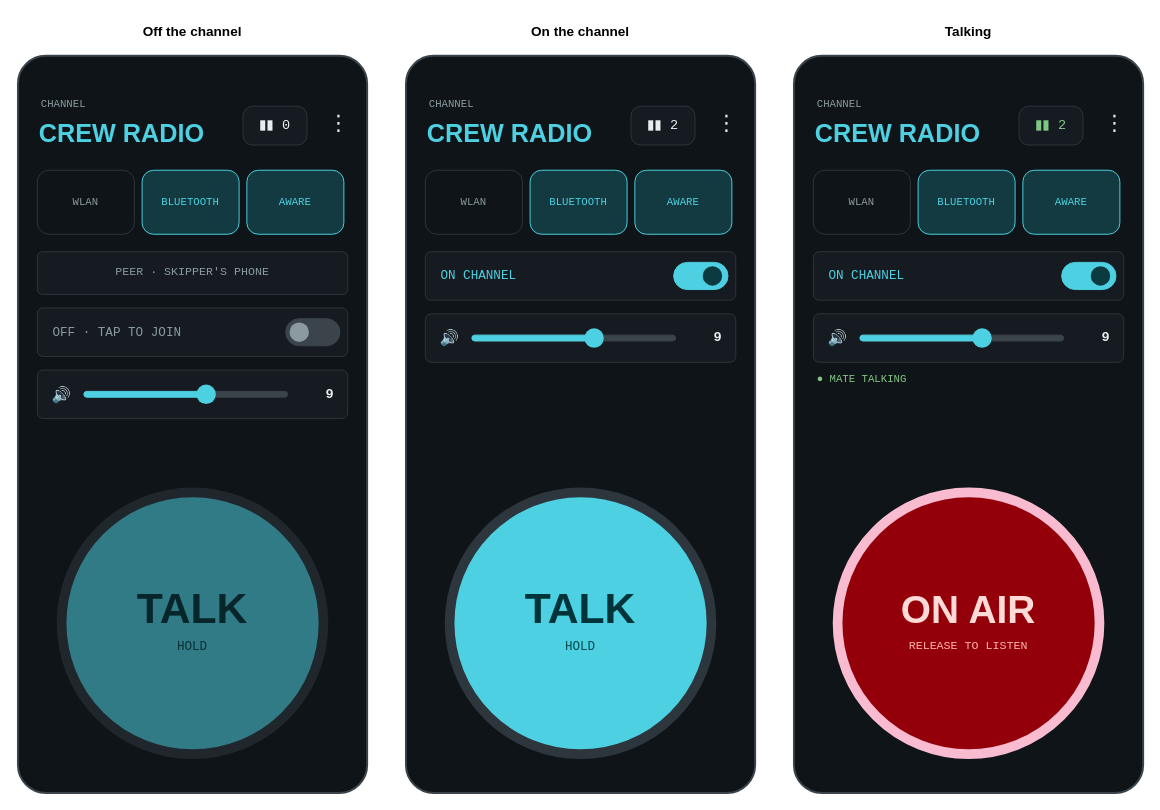
Above: docs/diagrams/screens.drawio in KEGustafsson/crew-radio (draw.io), before the change. Source tidied: cells renumbered, new cells numbered last; positions are measured from the earlier drawing's top-left corner, leaving out a move shared by most shapes. Both pictures are drawn from the tidied source at 97%, with x=0, y=0 at pixel (17, 16).
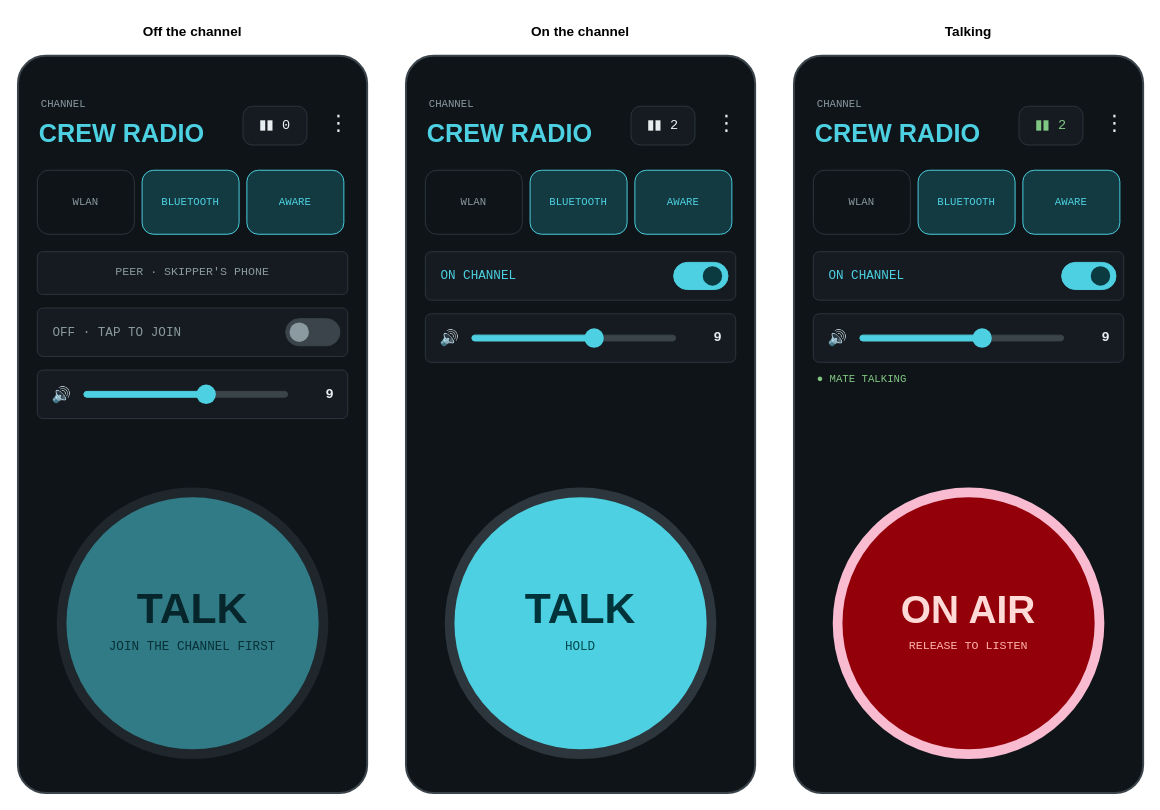
The same page after the edit.

Commit message (it also covers changes not shown here):
Main screen: tell the truth off the channel

The edit, as a diff of the source:
```diff
@@
-    <mxCell id="24" value="HOLD" style="text;html=1;whiteSpace=wrap;align=center;verticalAlign=middle;fontSize=13;fontColor=#073136;fontFamily=Courier New;spacing=0;" parent="1" vertex="1">
+    <mxCell id="24" value="JOIN THE CHANNEL FIRST" style="text;html=1;whiteSpace=wrap;align=center;verticalAlign=middle;fontSize=13;fontColor=#073136;fontFamily=Courier New;spacing=0;" parent="1" vertex="1">
       <mxGeometry x="45" y="637" width="270" height="24" as="geometry" />
     </mxCell>
```
